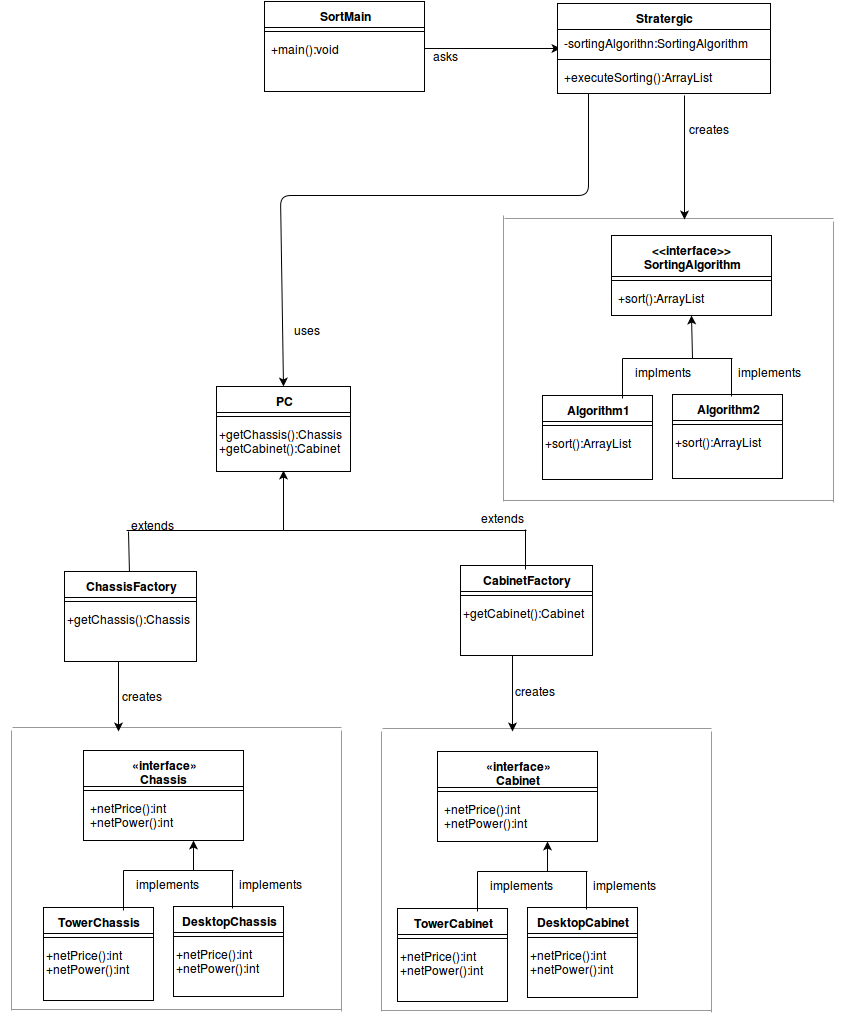
The draw.io diagram Designpattern/4.c.png in sohailpatel/DesignPatterns, before a commit. Source tidied: cells renumbered, new cells last; positions are measured from the earlier drawing's top-left corner, leaving out a move shared by most shapes.
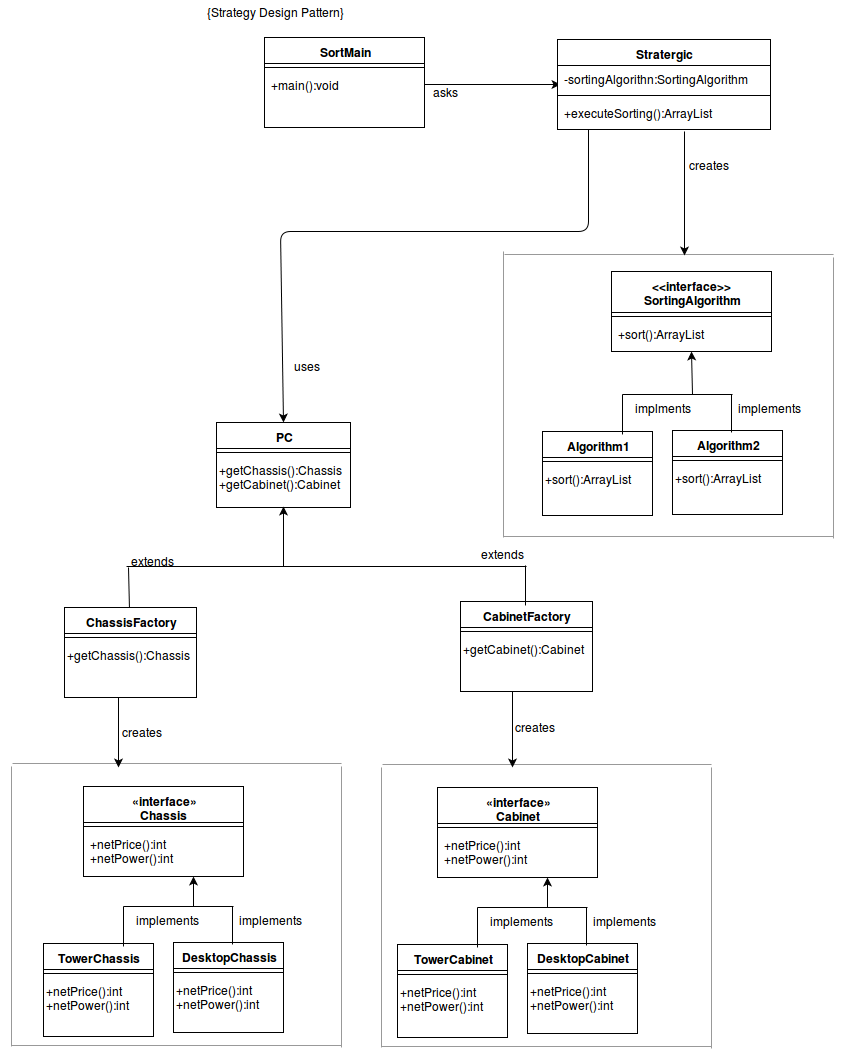
The same file after the commit.

Commit message:
Added Design pattern in png file

The edit, as a diff of the source:
```diff
@@ -327,5 +327,8 @@
         </Array>
       </mxGeometry>
     </mxCell>
+    <mxCell id="91" value="{Strategy Design Pattern}" style="text;html=1;strokeColor=none;fillColor=none;align=center;verticalAlign=middle;whiteSpace=wrap;overflow=hidden;" parent="1" vertex="1">
+      <mxGeometry x="77" y="-36" width="392" height="20" as="geometry" />
+    </mxCell>
   </root>
 </mxGraphModel>
```
